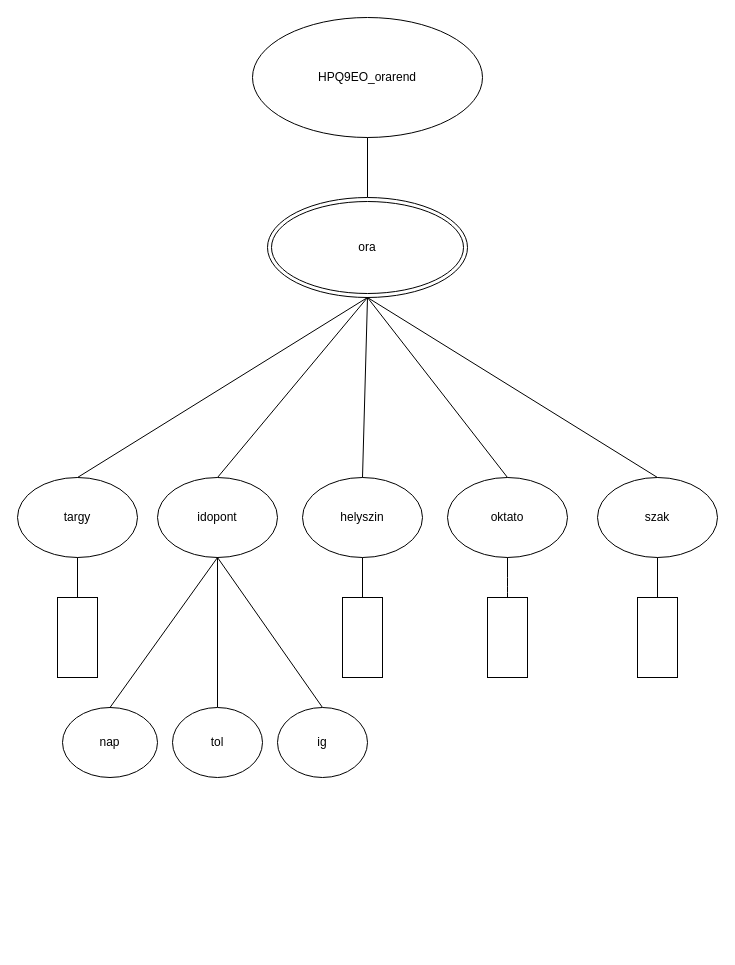
Earlier version of the draw.io diagram HPQ9EO_0917/HPQ9EO_orarendXDM.drawio (dvd2001/HPQ9EOWebXML). Source tidied: cells renumbered, new cells numbered last; positions are measured from the earlier drawing's top-left corner, leaving out a move shared by most shapes. Both pictures are drawn from the tidied source at 100%, with x=0, y=0 at pixel (17, 17).
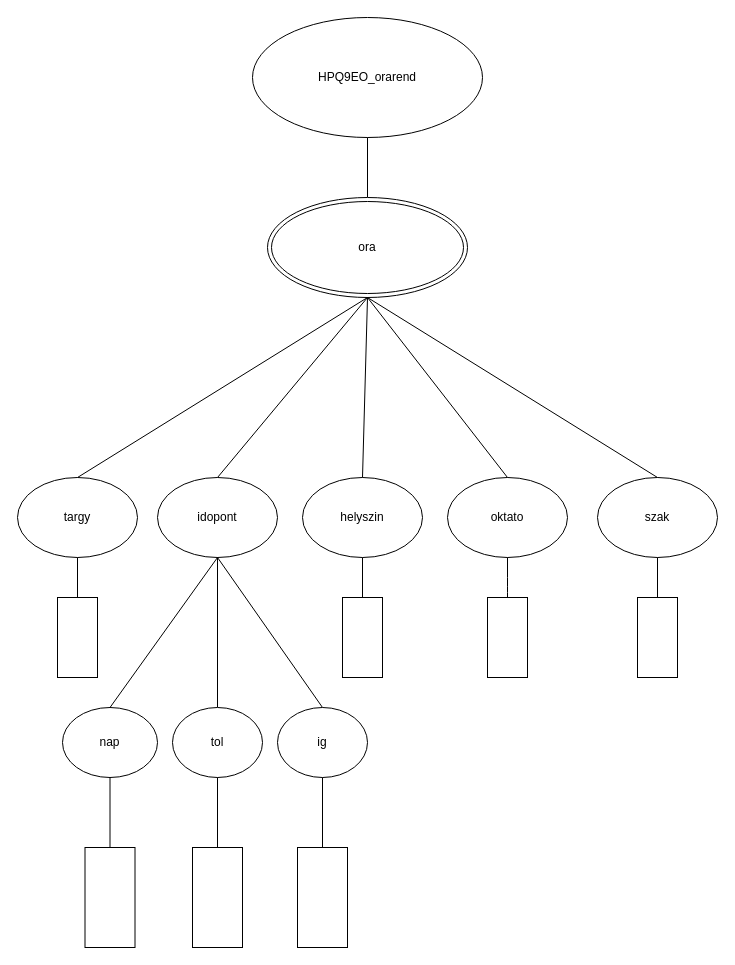
After the change.

Commit message:
modifying xdm modell

The change refers to these unchanged cells:
```xml
<mxCell id="26" value="nap" style="ellipse;whiteSpace=wrap;html=1;" parent="1" vertex="1">
  <mxGeometry x="45" y="690" width="95" height="70" as="geometry" />
</mxCell>
<mxCell id="27" value="tol" style="ellipse;whiteSpace=wrap;html=1;" parent="1" vertex="1">
  <mxGeometry x="155" y="690" width="90" height="70" as="geometry" />
</mxCell>
<mxCell id="28" value="ig" style="ellipse;whiteSpace=wrap;html=1;" parent="1" vertex="1">
  <mxGeometry x="260" y="690" width="90" height="70" as="geometry" />
</mxCell>
```

The edit, as a diff of the source:
```diff
@@
+    <mxCell id="29" style="endArrow=none;html=1;entryX=0.5;entryY=1;entryDx=0;entryDy=0;exitX=0.5;exitY=0;exitDx=0;exitDy=0;" parent="1" edge="1" source="30" target="26">
+      <mxGeometry relative="1" as="geometry" />
+    </mxCell>
+    <mxCell id="30" style="rounded=0;whiteSpace=wrap;html=1;" parent="1" vertex="1">
+      <mxGeometry x="67.5" y="830" width="50" height="100" as="geometry" />
+    </mxCell>
+    <mxCell id="31" style="endArrow=none;html=1;entryX=0.5;entryY=1;entryDx=0;entryDy=0;exitX=0.5;exitY=0;exitDx=0;exitDy=0;" parent="1" edge="1" source="32" target="27">
+      <mxGeometry relative="1" as="geometry" />
+    </mxCell>
+    <mxCell id="32" style="rounded=0;whiteSpace=wrap;html=1;" parent="1" vertex="1">
+      <mxGeometry x="175" y="830" width="50" height="100" as="geometry" />
+    </mxCell>
+    <mxCell id="33" style="endArrow=none;html=1;entryX=0.5;entryY=1;entryDx=0;entryDy=0;exitX=0.5;exitY=0;exitDx=0;exitDy=0;" parent="1" edge="1" source="34" target="28">
+      <mxGeometry relative="1" as="geometry" />
+    </mxCell>
+    <mxCell id="34" style="rounded=0;whiteSpace=wrap;html=1;" parent="1" vertex="1">
+      <mxGeometry x="280" y="830" width="50" height="100" as="geometry" />
+    </mxCell>
```
